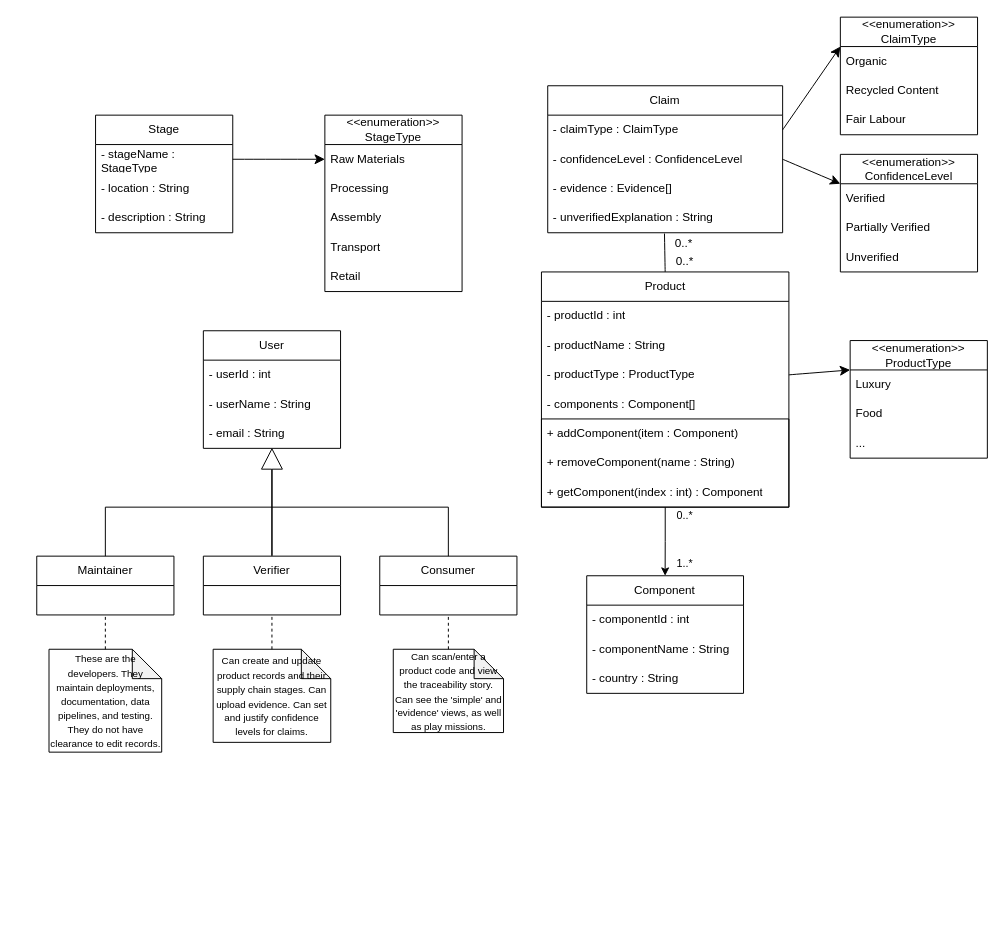
The draw.io diagram main/design/UML.drawio in rscott34/Innovation-project-4, before the edit. Source tidied: cells renumbered, new cells numbered last; positions are measured from the earlier drawing's top-left corner, leaving out a move shared by most shapes. Both pictures are drawn from the tidied source at 98%, with x=0, y=0 at pixel (36, 17).
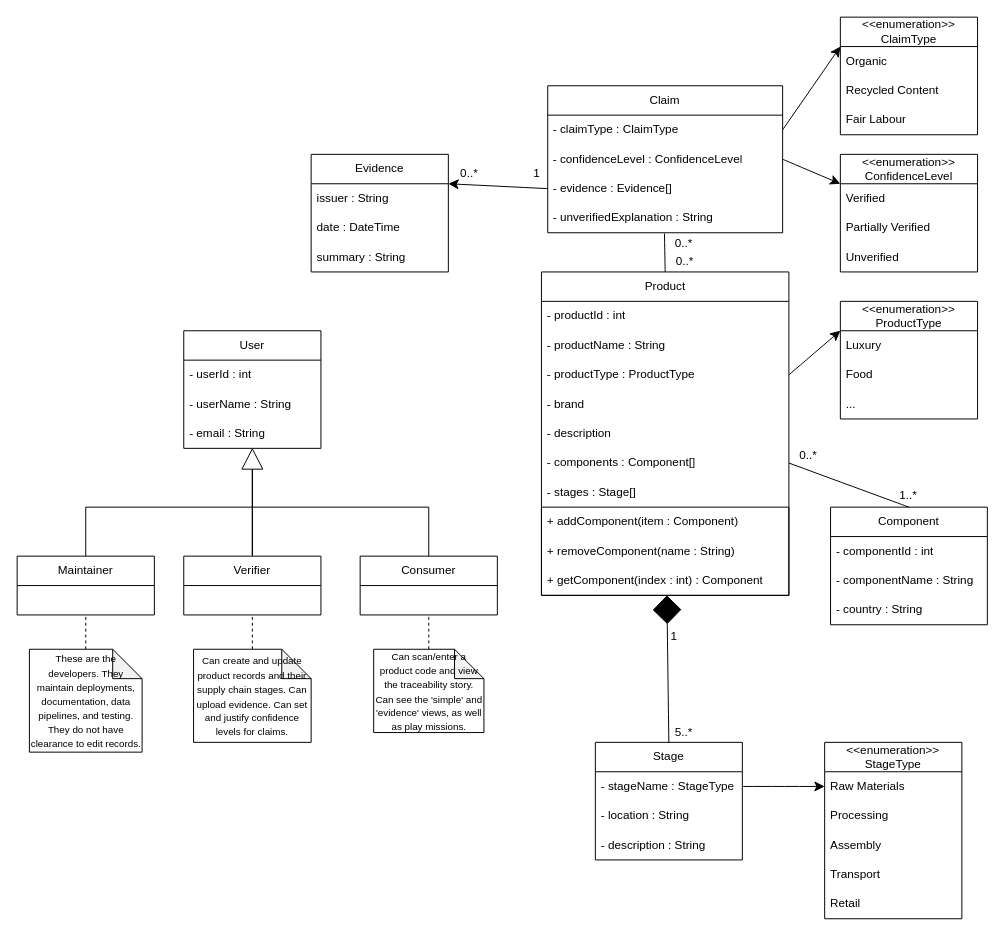
The same page after the edit.

Commit message:
UML for waj

Unchanged cells that the change refers to:
```xml
<mxCell id="46" value="- evidence : Evidence[]" style="text;strokeColor=none;fillColor=none;align=left;verticalAlign=middle;spacingLeft=4;spacingRight=4;overflow=hidden;points=[[0,0.5],[1,0.5]];portConstraint=eastwest;whiteSpace=wrap;html=1;" parent="43" vertex="1">
  <mxGeometry y="90" width="239.7" height="30" as="geometry" />
</mxCell>
```

Diff of the diagram source:
```diff
@@
-    <mxCell id="2" style="edgeStyle=orthogonalEdgeStyle;rounded=0;jettySize=auto;html=1;entryX=0.5;entryY=0;entryDx=0;entryDy=0;" parent="1" edge="1" source="5" target="14">
-      <mxGeometry relative="1" as="geometry" />
-    </mxCell>
-    <mxCell id="3" value="0..*" style="edgeLabel;html=1;align=center;verticalAlign=middle;" parent="2" vertex="1">
-      <mxGeometry x="-0.89" y="-1" relative="1" as="geometry">
-        <mxPoint x="20" y="4" as="offset" />
-      </mxGeometry>
-    </mxCell>
-    <mxCell id="4" value="1..*" style="edgeLabel;html=1;align=center;verticalAlign=middle;" parent="2" vertex="1">
-      <mxGeometry x="0.66" y="1" relative="1" as="geometry">
-        <mxPoint x="18" as="offset" />
-      </mxGeometry>
-    </mxCell>
     <mxCell id="5" value="Product" style="swimlane;fontStyle=0;horizontal=1;startSize=30;whiteSpace=wrap;html=1;" parent="1" vertex="1">
-      <mxGeometry x="515" y="260" width="252.5" height="240" as="geometry" />
+      <mxGeometry x="515" y="260" width="252.5" height="330" as="geometry" />
     </mxCell>
@@
+    <mxCell id="68" value="- brand" style="text;strokeColor=none;fillColor=none;align=left;verticalAlign=middle;spacingLeft=4;spacingRight=4;overflow=hidden;whiteSpace=wrap;html=1;" parent="5" vertex="1">
+      <mxGeometry y="120" width="252.5" height="30" as="geometry" />
+    </mxCell>
+    <mxCell id="69" value="- description" style="text;strokeColor=none;fillColor=none;align=left;verticalAlign=middle;spacingLeft=4;spacingRight=4;overflow=hidden;whiteSpace=wrap;html=1;" parent="5" vertex="1">
+      <mxGeometry y="150" width="252.5" height="30" as="geometry" />
+    </mxCell>
     <mxCell id="9" value="- components : Component[]" style="text;strokeColor=none;fillColor=none;align=left;verticalAlign=middle;spacingLeft=4;spacingRight=4;overflow=hidden;points=[[0,0.5],[1,0.5]];portConstraint=eastwest;whiteSpace=wrap;html=1;" parent="5" vertex="1">
-      <mxGeometry y="120" width="252.5" height="30" as="geometry" />
+      <mxGeometry y="180" width="252.5" height="30" as="geometry" />
     </mxCell>
+    <mxCell id="70" value="- stages : Stage[]" style="text;strokeColor=none;fillColor=none;align=left;verticalAlign=middle;spacingLeft=4;spacingRight=4;overflow=hidden;whiteSpace=wrap;html=1;" parent="5" vertex="1">
+      <mxGeometry y="210" width="252.5" height="30" as="geometry" />
+    </mxCell>
     <mxCell id="10" style="swimlane;fontStyle=0;horizontal=1;startSize=0;whiteSpace=wrap;html=1;" parent="5" vertex="1">
-      <mxGeometry y="150" width="252.5" height="90" as="geometry" />
+      <mxGeometry y="240" width="252.5" height="90" as="geometry" />
     </mxCell>
@@
     <mxCell id="14" value="Component" style="swimlane;fontStyle=0;horizontal=1;startSize=30;whiteSpace=wrap;html=1;" parent="1" vertex="1">
-      <mxGeometry x="561.2" y="570" width="160" height="120" as="geometry" />
+      <mxGeometry x="810" y="500" width="160" height="120" as="geometry" />
     </mxCell>
@@
     <mxCell id="18" value="User" style="swimlane;fontStyle=0;horizontal=1;startSize=30;whiteSpace=wrap;html=1;" parent="1" vertex="1">
-      <mxGeometry x="170" y="320" width="140" height="120" as="geometry" />
+      <mxGeometry x="150" y="320" width="140" height="120" as="geometry" />
     </mxCell>
@@
     <mxCell id="22" value="Consumer" style="swimlane;fontStyle=0;horizontal=1;startSize=30;whiteSpace=wrap;html=1;" parent="1" vertex="1">
-      <mxGeometry x="350" y="550" width="140" height="60" as="geometry" />
+      <mxGeometry x="330" y="550" width="140" height="60" as="geometry" />
     </mxCell>
     <mxCell id="23" value="Verifier" style="swimlane;fontStyle=0;horizontal=1;startSize=30;whiteSpace=wrap;html=1;" parent="1" vertex="1">
-      <mxGeometry x="170" y="550" width="140" height="60" as="geometry" />
+      <mxGeometry x="150" y="550" width="140" height="60" as="geometry" />
     </mxCell>
     <mxCell id="24" value="Maintainer" style="swimlane;fontStyle=0;horizontal=1;startSize=30;whiteSpace=wrap;html=1;" parent="1" vertex="1">
-      <mxGeometry y="550" width="140" height="60" as="geometry" />
+      <mxGeometry x="-20" y="550" width="140" height="60" as="geometry" />
     </mxCell>
     <mxCell id="25" style="shape=flexArrow;endArrow=classic;html=1;rounded=0;exitX=0.5;exitY=0;exitDx=0;exitDy=0;width=0.32;endSize=6.5808;" parent="1" edge="1" source="23">
       <mxGeometry relative="1" as="geometry">
-        <mxPoint x="240" y="440" as="targetPoint" />
+        <mxPoint x="220" y="440" as="targetPoint" />
       </mxGeometry>
     </mxCell>
     <mxCell id="26" style="endArrow=none;html=1;rounded=0;exitX=0.5;exitY=0;exitDx=0;exitDy=0;" parent="1" edge="1" source="24">
       <mxGeometry relative="1" as="geometry">
-        <mxPoint x="240" y="500" as="targetPoint" />
+        <mxPoint x="220" y="500" as="targetPoint" />
         <Array as="points">
-          <mxPoint x="70" y="500" />
+          <mxPoint x="50" y="500" />
         </Array>
       </mxGeometry>
     </mxCell>
     <mxCell id="27" style="endArrow=none;html=1;rounded=0;exitX=0.5;exitY=0;exitDx=0;exitDy=0;" parent="1" edge="1" source="22">
       <mxGeometry relative="1" as="geometry">
-        <mxPoint x="240" y="500" as="targetPoint" />
+        <mxPoint x="220" y="500" as="targetPoint" />
         <Array as="points">
-          <mxPoint x="420" y="500" />
+          <mxPoint x="400" y="500" />
         </Array>
       </mxGeometry>
     </mxCell>
     <mxCell id="28" value="&lt;font style=&quot;font-size: 10px;&quot;&gt;Can scan/enter a product code and view the traceability story. Can see the 'simple' and 'evidence' views, as well as play missions.&lt;/font&gt;" style="shape=note;whiteSpace=wrap;html=1;backgroundOutline=1;darkOpacity=0.05;" parent="1" vertex="1">
-      <mxGeometry x="363.8" y="645" width="112.5" height="85" as="geometry" />
+      <mxGeometry x="343.8" y="645" width="112.5" height="85" as="geometry" />
     </mxCell>
@@
     <mxCell id="30" value="&lt;font style=&quot;font-size: 10px;&quot;&gt;Can create and update product records and their supply chain stages. Can upload evidence. Can set and justify confidence levels for claims.&lt;/font&gt;" style="shape=note;whiteSpace=wrap;html=1;backgroundOutline=1;darkOpacity=0.05;" parent="1" vertex="1">
-      <mxGeometry x="180" y="645" width="120" height="95" as="geometry" />
+      <mxGeometry x="160" y="645" width="120" height="95" as="geometry" />
     </mxCell>
@@
     <mxCell id="32" value="&lt;font style=&quot;font-size: 10px;&quot;&gt;These are the developers. They maintain deployments, documentation, data pipelines, and testing. They do not have clearance to edit records.&lt;/font&gt;" style="shape=note;whiteSpace=wrap;html=1;backgroundOutline=1;darkOpacity=0.05;" parent="1" vertex="1">
-      <mxGeometry x="12.5" y="645" width="115" height="105" as="geometry" />
+      <mxGeometry x="-7.5" y="645" width="115" height="105" as="geometry" />
     </mxCell>
@@
     <mxCell id="34" value="&amp;lt;&amp;lt;enumeration&amp;gt;&amp;gt;&lt;div&gt;ProductType&lt;/div&gt;" style="swimlane;fontStyle=0;horizontal=1;startSize=30;whiteSpace=wrap;html=1;" parent="1" vertex="1">
-      <mxGeometry x="830" y="330" width="140" height="120" as="geometry" />
+      <mxGeometry x="820" y="290" width="140" height="120" as="geometry" />
     </mxCell>
@@
     <mxCell id="39" value="Stage" style="swimlane;fontStyle=0;horizontal=1;startSize=30;whiteSpace=wrap;html=1;" parent="1" vertex="1">
-      <mxGeometry x="60" y="100" width="140" height="120" as="geometry" />
+      <mxGeometry x="570" y="740" width="150" height="120" as="geometry" />
     </mxCell>
     <mxCell id="40" value="- stageName : StageType" style="text;strokeColor=none;fillColor=none;align=left;verticalAlign=middle;spacingLeft=4;spacingRight=4;overflow=hidden;points=[[0,0.5],[1,0.5]];portConstraint=eastwest;whiteSpace=wrap;html=1;" parent="39" vertex="1">
-      <mxGeometry y="30" width="140" height="30" as="geometry" />
+      <mxGeometry y="30" width="150" height="30" as="geometry" />
     </mxCell>
     <mxCell id="41" value="- location : String" style="text;strokeColor=none;fillColor=none;align=left;verticalAlign=middle;spacingLeft=4;spacingRight=4;overflow=hidden;whiteSpace=wrap;html=1;" parent="39" vertex="1">
-      <mxGeometry y="60" width="140" height="30" as="geometry" />
+      <mxGeometry y="60" width="150" height="30" as="geometry" />
     </mxCell>
     <mxCell id="42" value="- description : String" style="text;strokeColor=none;fillColor=none;align=left;verticalAlign=middle;spacingLeft=4;spacingRight=4;overflow=hidden;whiteSpace=wrap;html=1;" parent="39" vertex="1">
-      <mxGeometry y="90" width="140" height="30" as="geometry" />
+      <mxGeometry y="90" width="150" height="30" as="geometry" />
     </mxCell>
@@
     <mxCell id="48" value="&amp;lt;&amp;lt;enumeration&amp;gt;&amp;gt;&lt;div&gt;StageType&lt;/div&gt;" style="swimlane;fontStyle=0;horizontal=1;startSize=30;whiteSpace=wrap;html=1;" parent="1" vertex="1">
-      <mxGeometry x="294" y="100" width="140" height="180" as="geometry" />
+      <mxGeometry x="804" y="740" width="140" height="180" as="geometry" />
     </mxCell>
@@
+    <mxCell id="71" value="Evidence" style="swimlane;fontStyle=0;horizontal=1;startSize=30;whiteSpace=wrap;html=1;" parent="1" vertex="1">
+      <mxGeometry x="280" y="140" width="140" height="120" as="geometry" />
+    </mxCell>
+    <mxCell id="72" value="issuer : String" style="text;strokeColor=none;fillColor=none;align=left;verticalAlign=middle;spacingLeft=4;spacingRight=4;overflow=hidden;whiteSpace=wrap;html=1;" parent="71" vertex="1">
+      <mxGeometry y="30" width="140" height="30" as="geometry" />
+    </mxCell>
+    <mxCell id="73" value="date : DateTime" style="text;strokeColor=none;fillColor=none;align=left;verticalAlign=middle;spacingLeft=4;spacingRight=4;overflow=hidden;whiteSpace=wrap;html=1;" parent="71" vertex="1">
+      <mxGeometry y="60" width="140" height="30" as="geometry" />
+    </mxCell>
+    <mxCell id="74" value="summary : String" style="text;strokeColor=none;fillColor=none;align=left;verticalAlign=middle;spacingLeft=4;spacingRight=4;overflow=hidden;whiteSpace=wrap;html=1;" parent="71" vertex="1">
+      <mxGeometry y="90" width="140" height="30" as="geometry" />
+    </mxCell>
+    <mxCell id="75" style="endArrow=classic;html=1;rounded=0;fontSize=12;startSize=8;endSize=8;curved=1;entryX=1;entryY=0.25;entryDx=0;entryDy=0;exitX=0;exitY=0.5;exitDx=0;exitDy=0;" parent="1" edge="1" source="46" target="71">
+      <mxGeometry relative="1" as="geometry" />
+    </mxCell>
+    <mxCell id="76" value="0..*" style="edgeLabel;html=1;align=center;verticalAlign=middle;fontSize=12;" parent="75" vertex="1">
+      <mxGeometry x="0.66" y="-2" relative="1" as="geometry">
+        <mxPoint x="3" y="-9" as="offset" />
+      </mxGeometry>
+    </mxCell>
+    <mxCell id="77" value="1" style="edgeLabel;html=1;align=center;verticalAlign=middle;fontSize=12;" parent="75" vertex="1">
+      <mxGeometry x="-0.49" relative="1" as="geometry">
+        <mxPoint x="14" y="-14" as="offset" />
+      </mxGeometry>
+    </mxCell>
+    <mxCell id="78" style="endArrow=none;html=1;rounded=0;fontSize=12;startSize=8;endSize=8;curved=1;entryX=1;entryY=0.5;entryDx=0;entryDy=0;exitX=0.5;exitY=0;exitDx=0;exitDy=0;" parent="1" edge="1" source="14" target="9">
+      <mxGeometry relative="1" as="geometry" />
+    </mxCell>
+    <mxCell id="4" value="1..*" style="edgeLabel;html=1;align=center;verticalAlign=middle;fontSize=12;" parent="78" vertex="1">
+      <mxGeometry x="-0.61" relative="1" as="geometry">
+        <mxPoint x="22" y="-4" as="offset" />
+      </mxGeometry>
+    </mxCell>
+    <mxCell id="79" value="0..*" style="edgeLabel;html=1;align=center;verticalAlign=middle;fontSize=12;" parent="78" vertex="1">
+      <mxGeometry x="0.81" y="1" relative="1" as="geometry">
+        <mxPoint x="8" y="-14" as="offset" />
+      </mxGeometry>
+    </mxCell>
+    <mxCell id="80" value="5..*" style="endArrow=none;html=1;rounded=0;fontSize=12;startSize=27;endSize=8;curved=1;entryX=0.5;entryY=0;entryDx=0;entryDy=0;startArrow=diamond;startFill=1;strokeWidth=1;strokeColor=default;" parent="1" edge="1" target="39">
+      <mxGeometry x="0.87" y="15" relative="1" as="geometry">
+        <mxPoint x="643" y="590" as="sourcePoint" />
+      </mxGeometry>
+    </mxCell>
+    <mxCell id="81" value="1" style="edgeLabel;html=1;align=center;verticalAlign=middle;fontSize=12;" parent="80" vertex="1">
+      <mxGeometry x="-0.38" y="-1" relative="1" as="geometry">
+        <mxPoint x="7" y="-6" as="offset" />
+      </mxGeometry>
+    </mxCell>
```
